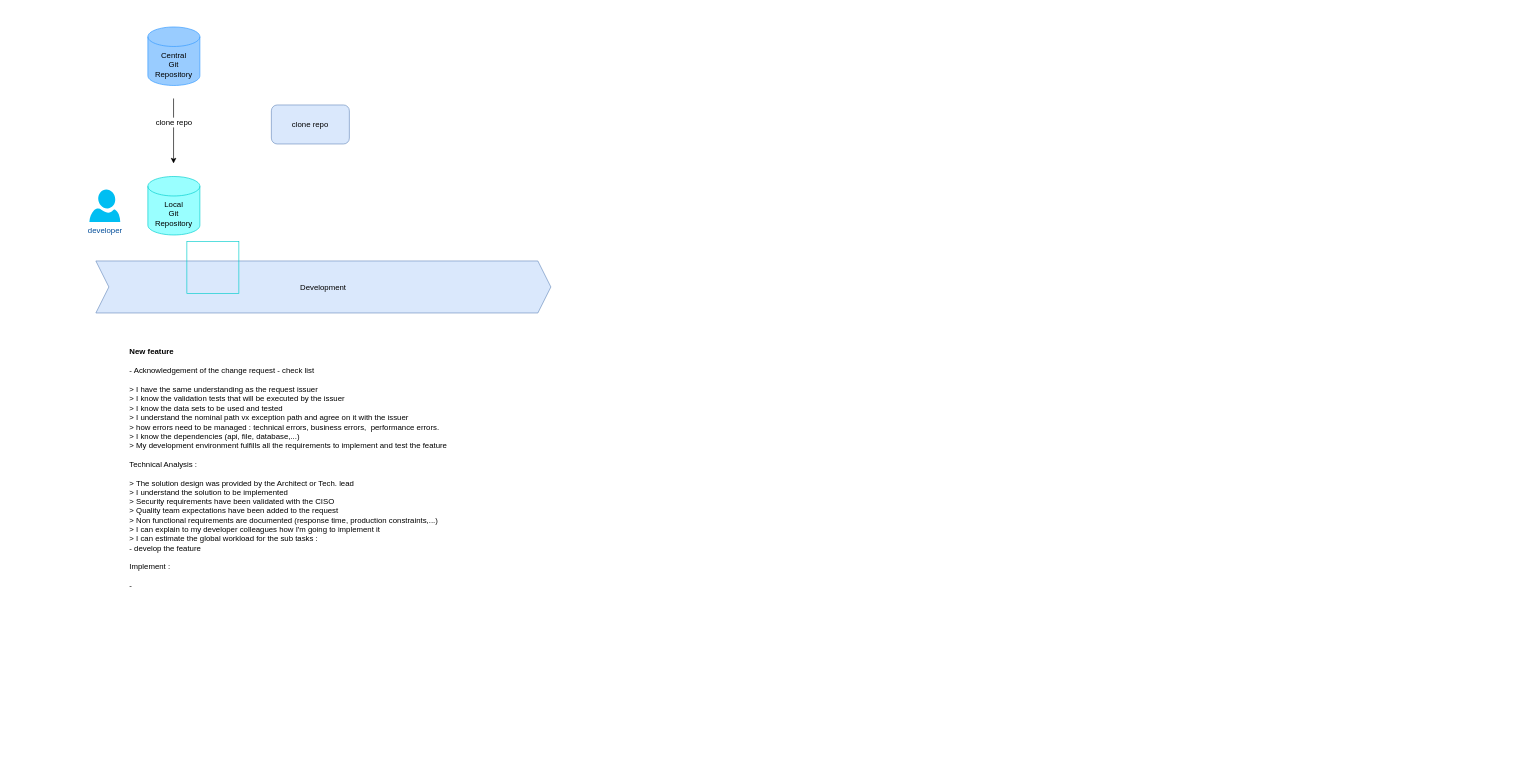
piglab/azuredevopsKT keeps this draw.io diagram as global_diagram.drawio. Above is the earlier version. Source tidied: cells renumbered, new cells numbered last; positions are measured from the earlier drawing's top-left corner, leaving out a move shared by most shapes. Both pictures are drawn from the tidied source at 65%, with x=0, y=0 at pixel (89, 27). Pictures stored in the file or linked from it are replaced by grey dashed boxes.
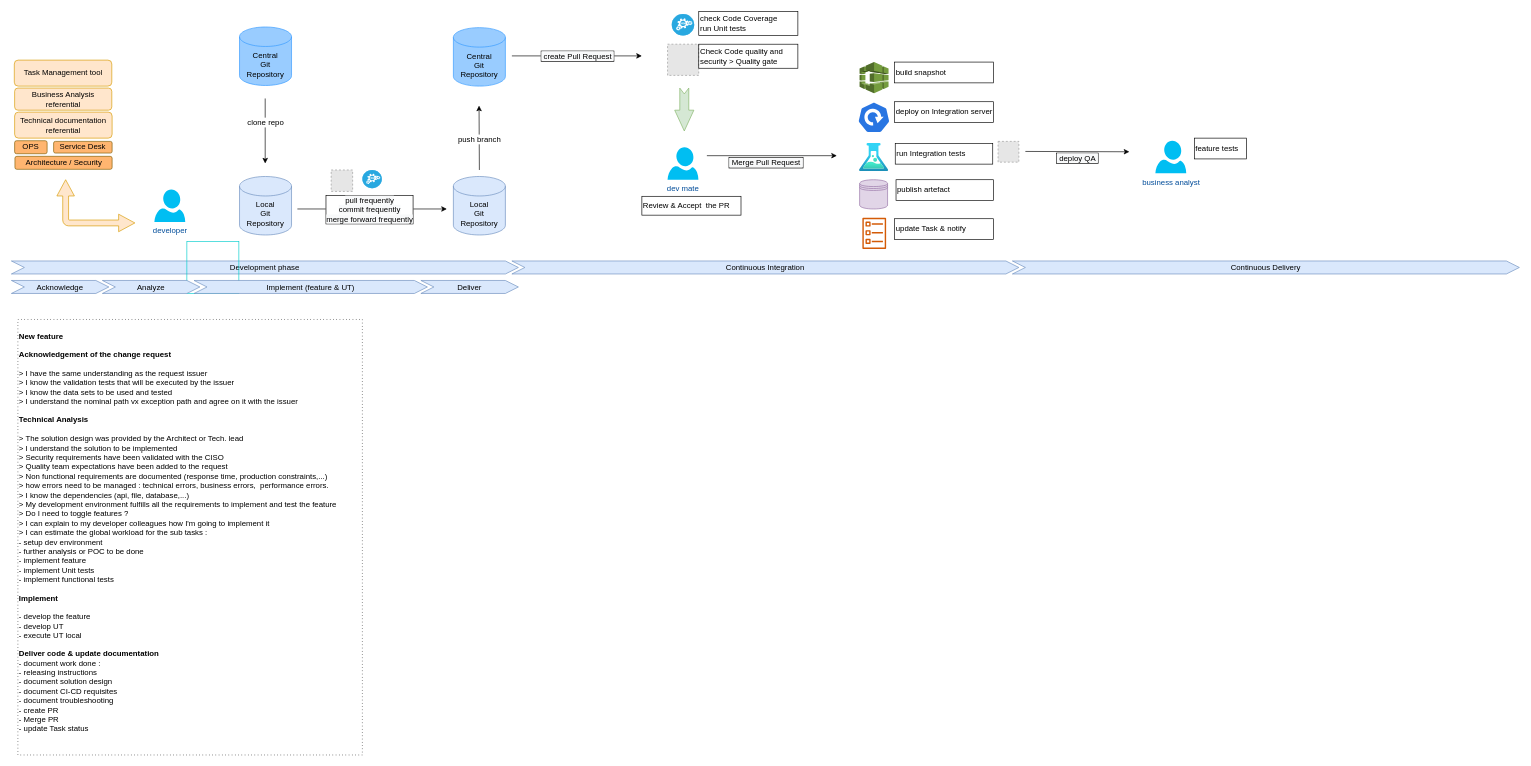
After the change.

What changed in the source:
```diff
@@
-    <mxCell id="2" value="clone repo" style="rounded=1;whiteSpace=wrap;html=1;fillColor=#dae8fc;strokeColor=#6c8ebf;" parent="1" vertex="1">
-      <mxGeometry x="280" y="120" width="120" height="60" as="geometry" />
+    <mxCell id="2" value="Task Management tool" style="rounded=1;whiteSpace=wrap;html=1;fillColor=#ffe6cc;strokeColor=#d79b00;" parent="1" vertex="1">
+      <mxGeometry x="-115.5" y="51" width="150" height="40" as="geometry" />
     </mxCell>
     <mxCell id="3" value="developer" style="verticalLabelPosition=bottom;html=1;verticalAlign=top;align=center;strokeColor=none;fillColor=#00BEF2;shape=mxgraph.azure.user;fontColor=#004C99;" parent="1" vertex="1">
-      <mxGeometry y="250" width="47.5" height="50" as="geometry" />
+      <mxGeometry x="100" y="250" width="47.5" height="50" as="geometry" />
     </mxCell>
     <mxCell id="4" value="Central&lt;br&gt;Git &lt;br&gt;Repository" style="shape=cylinder3;whiteSpace=wrap;html=1;boundedLbl=1;backgroundOutline=1;size=15;fillColor=#99CCFF;strokeColor=#3399FF;" parent="1" vertex="1">
-      <mxGeometry x="90" width="80" height="90" as="geometry" />
+      <mxGeometry x="231" width="80" height="90" as="geometry" />
     </mxCell>
-    <mxCell id="5" value="Local&lt;br&gt;Git &lt;br&gt;Repository" style="shape=cylinder3;whiteSpace=wrap;html=1;boundedLbl=1;backgroundOutline=1;size=15;fillColor=#99FFFF;strokeColor=#00CCCC;" parent="1" vertex="1">
-      <mxGeometry x="90" y="230" width="80" height="90" as="geometry" />
+    <mxCell id="5" value="Local&lt;br&gt;Git &lt;br&gt;Repository" style="shape=cylinder3;whiteSpace=wrap;html=1;boundedLbl=1;backgroundOutline=1;size=15;fillColor=#dae8fc;strokeColor=#6c8ebf;" parent="1" vertex="1">
+      <mxGeometry x="231" y="230" width="80" height="90" as="geometry" />
     </mxCell>
     <mxCell id="6" style="endArrow=classic;html=1;rounded=0;" parent="1" edge="1">
       <mxGeometry relative="1" as="geometry">
-        <mxPoint x="129.5" y="110" as="sourcePoint" />
-        <mxPoint x="129.5" y="210" as="targetPoint" />
+        <mxPoint x="270.5" y="110" as="sourcePoint" />
+        <mxPoint x="270.5" y="210" as="targetPoint" />
       </mxGeometry>
     </mxCell>
@@
-    <mxCell id="8" value="&lt;font color=&quot;#000000&quot; style=&quot;font-size: 12px&quot;&gt;Development&lt;/font&gt;" style="shape=step;perimeter=stepPerimeter;whiteSpace=wrap;html=1;fixedSize=1;fontSize=13;strokeColor=#6c8ebf;fillColor=#dae8fc;" parent="1" vertex="1">
-      <mxGeometry x="10" y="360" width="700" height="80" as="geometry" />
+    <mxCell id="8" value="&lt;font color=&quot;#000000&quot; style=&quot;font-size: 12px&quot;&gt;Development phase&lt;/font&gt;" style="shape=step;perimeter=stepPerimeter;whiteSpace=wrap;html=1;fixedSize=1;fontSize=13;strokeColor=#6c8ebf;fillColor=#dae8fc;" parent="1" vertex="1">
+      <mxGeometry x="-120" y="360" width="780" height="20" as="geometry" />
     </mxCell>
@@
-    <mxCell id="10" value="&lt;b&gt;New feature&lt;/b&gt;&lt;br&gt;&lt;br&gt;&lt;span&gt;- Acknowledgement of the change request - check list&lt;/span&gt;&lt;br&gt;&lt;span&gt; &lt;/span&gt;&lt;span&gt;&lt;br&gt;&amp;gt; I have the same understanding as the request issuer&lt;/span&gt;&lt;br&gt;&lt;span&gt; &lt;/span&gt;&lt;span&gt;&amp;gt; I know the validation tests that will be executed by the issuer&lt;/span&gt;&lt;br&gt;&lt;span&gt; &lt;/span&gt;&lt;span&gt;&amp;gt; I know the data sets to be used and tested&lt;/span&gt;&lt;br&gt;&lt;span&gt; &lt;/span&gt;&lt;span&gt;&amp;gt; I understand the nominal path vx exception path and agree on it with the issuer&lt;/span&gt;&lt;br&gt;&lt;span&gt; &lt;/span&gt;&lt;span&gt;&lt;span&gt; &lt;/span&gt;&amp;gt; how errors need to be managed : technical errors, business errors,&amp;nbsp;&lt;/span&gt;&lt;span&gt; &lt;/span&gt;&lt;span&gt; &lt;/span&gt;&lt;span&gt;performance errors.&lt;/span&gt;&lt;br&gt;&lt;span&gt; &lt;/span&gt;&lt;span&gt;&amp;gt; I know the dependencies (api, file, database,...)&lt;br&gt;&lt;/span&gt;&lt;span&gt;&amp;gt; My development environment fulfills all the requirements to implement and test the feature&lt;br&gt;&lt;br&gt;Technical Analysis :&lt;br&gt;&lt;br&gt;&lt;/span&gt;&amp;gt; The solution design was provided by the Architect or Tech. lead&lt;br&gt;&amp;gt; I understand the solution to be implemented&lt;br&gt;&amp;gt; Security requirements have been validated with the CISO&lt;br&gt;&amp;gt; Quality team expectations have been added to the request&lt;br&gt;&amp;gt; Non functional requirements are documented (response time, production constraints,...)&lt;br&gt;&amp;gt; I can explain to my developer colleagues how I'm going to implement it&lt;br&gt;&amp;gt; I can estimate the global workload for the sub tasks :&lt;br&gt;- develop the feature&lt;br&gt;&lt;span&gt;&lt;br&gt;Implement :&lt;br&gt;&lt;br&gt;-&amp;nbsp;&amp;nbsp;&lt;br&gt;&lt;/span&gt;" style="text;html=1;strokeColor=none;fillColor=none;align=left;verticalAlign=middle;whiteSpace=wrap;rounded=0;fontSize=12;fontColor=#000000;" parent="1" vertex="1">
-      <mxGeometry x="60" y="490" width="610" height="380" as="geometry" />
+    <mxCell id="10" value="&lt;b&gt;New feature&lt;/b&gt;&lt;br&gt;&lt;br&gt;&lt;b&gt;Acknowledgement of the change request&lt;/b&gt;&lt;br&gt; &lt;br&gt;&amp;gt; I have the same understanding as the request issuer&lt;br&gt; &amp;gt; I know the validation tests that will be executed by the issuer&lt;br&gt; &amp;gt; I know the data sets to be used and tested&lt;br&gt; &amp;gt; I understand the nominal path vx exception path and agree on it with the issuer&lt;br&gt;&lt;br&gt;&lt;b&gt;Technical Analysis&lt;/b&gt;&lt;br&gt;&lt;br&gt;&amp;gt; The solution design was provided by the Architect or Tech. lead&lt;br&gt;&amp;gt; I understand the solution to be implemented&lt;br&gt;&amp;gt; Security requirements have been validated with the CISO&lt;br&gt;&amp;gt; Quality team expectations have been added to the request&lt;br&gt;&amp;gt; Non functional requirements are documented (response time, production constraints,...)&lt;br&gt;&amp;gt; how errors need to be managed : technical errors, business errors,&amp;nbsp;&amp;nbsp;performance errors.&lt;br&gt;&amp;gt; I know the dependencies (api, file, database,...)&lt;br&gt;&amp;gt; My development environment fulfills all the requirements to implement and test the feature&lt;br&gt;&amp;gt; Do I need to toggle features ?&lt;br&gt;&amp;gt; I can explain to my developer colleagues how I'm going to implement it&lt;br&gt;&amp;gt; I can estimate the global workload for the sub tasks :&lt;br&gt;&lt;span&gt; &lt;/span&gt;- setup dev environment&lt;br&gt;&lt;span&gt; &lt;/span&gt;- further analysis or POC to be done&lt;br&gt;&lt;span&gt; &lt;/span&gt;- implement feature&lt;br&gt;&lt;span&gt; &lt;/span&gt;- implement Unit tests&lt;br&gt;&lt;span&gt; &lt;/span&gt;- implement functional tests&lt;br&gt;&lt;br&gt;&lt;b&gt;Implement&lt;br&gt;&lt;/b&gt;&lt;br&gt;- develop the feature&lt;br&gt;- develop UT&lt;br&gt;- execute UT local&lt;br&gt;&lt;br&gt;&lt;b&gt;Deliver code &amp;amp; update documentation&lt;/b&gt;&lt;br&gt;- document work done :&lt;br&gt;&lt;span&gt; &lt;/span&gt;- releasing instructions&lt;br&gt;&lt;span&gt; &lt;/span&gt;- document solution design&lt;br&gt;&lt;span&gt; &lt;/span&gt;- document CI-CD requisites&lt;br&gt;&lt;span&gt; &lt;/span&gt;- document troubleshooting&lt;br&gt;- create PR&lt;br&gt;- Merge PR&lt;br&gt;- update Task status&lt;br&gt;&amp;nbsp;&amp;nbsp;" style="text;html=1;strokeColor=default;fillColor=none;align=left;verticalAlign=middle;whiteSpace=wrap;rounded=0;fontSize=12;fontColor=#000000;dashed=1;dashPattern=1 4;" parent="1" vertex="1">
+      <mxGeometry x="-110" y="450" width="530" height="670" as="geometry" />
     </mxCell>
+    <mxCell id="11" value="Technical documentation referential" style="rounded=1;whiteSpace=wrap;html=1;fillColor=#ffe6cc;strokeColor=#d79b00;" parent="1" vertex="1">
+      <mxGeometry x="-115" y="131" width="150" height="40" as="geometry" />
+    </mxCell>
+    <mxCell id="12" value="OPS" style="rounded=1;whiteSpace=wrap;html=1;fillColor=#FFB570;strokeColor=#805C00;" parent="1" vertex="1">
+      <mxGeometry x="-115" y="175" width="50" height="20" as="geometry" />
+    </mxCell>
+    <mxCell id="13" value="Business Analysis&lt;br&gt;referential" style="rounded=1;whiteSpace=wrap;html=1;fillColor=#ffe6cc;strokeColor=#d79b00;" parent="1" vertex="1">
+      <mxGeometry x="-115" y="94" width="149.5" height="34" as="geometry" />
+    </mxCell>
+    <mxCell id="14" value="Architecture / Security" style="rounded=1;whiteSpace=wrap;html=1;fillColor=#FFB570;strokeColor=#805C00;" parent="1" vertex="1">
+      <mxGeometry x="-114.5" y="199" width="149.5" height="20" as="geometry" />
+    </mxCell>
+    <mxCell id="15" value="Service Desk" style="rounded=1;whiteSpace=wrap;html=1;fillColor=#FFB570;strokeColor=#805C00;" parent="1" vertex="1">
+      <mxGeometry x="-55" y="176" width="90" height="18" as="geometry" />
+    </mxCell>
+    <mxCell id="16" value="&lt;font color=&quot;#000000&quot; style=&quot;font-size: 12px&quot;&gt;Acknowledge&lt;/font&gt;" style="shape=step;perimeter=stepPerimeter;whiteSpace=wrap;html=1;fixedSize=1;fontSize=13;strokeColor=#6c8ebf;fillColor=#dae8fc;" parent="1" vertex="1">
+      <mxGeometry x="-120" y="390" width="150" height="20" as="geometry" />
+    </mxCell>
+    <mxCell id="17" style="html=1;shadow=0;dashed=0;align=center;verticalAlign=middle;shape=mxgraph.arrows2.bendDoubleArrow;dy=4.5;dx=25;arrowHead=27;rounded=1;fontSize=12;strokeColor=#d79b00;fillColor=#ffe6cc;rotation=-90;" parent="1" vertex="1">
+      <mxGeometry x="-30" y="215" width="80" height="120" as="geometry" />
+    </mxCell>
+    <mxCell id="18" value="&lt;font color=&quot;#000000&quot; style=&quot;font-size: 12px&quot;&gt;Analyze&lt;/font&gt;" style="shape=step;perimeter=stepPerimeter;whiteSpace=wrap;html=1;fixedSize=1;fontSize=13;strokeColor=#6c8ebf;fillColor=#dae8fc;" parent="1" vertex="1">
+      <mxGeometry x="20" y="390" width="150" height="20" as="geometry" />
+    </mxCell>
+    <mxCell id="19" value="&lt;span style=&quot;font-size: 12px&quot;&gt;Implement (feature &amp;amp; UT)&lt;/span&gt;" style="shape=step;perimeter=stepPerimeter;whiteSpace=wrap;html=1;fixedSize=1;fontSize=13;strokeColor=#6c8ebf;fillColor=#dae8fc;" parent="1" vertex="1">
+      <mxGeometry x="161" y="390" width="359" height="20" as="geometry" />
+    </mxCell>
+    <mxCell id="20" value="&lt;font color=&quot;#000000&quot; style=&quot;font-size: 12px&quot;&gt;Deliver&lt;/font&gt;" style="shape=step;perimeter=stepPerimeter;whiteSpace=wrap;html=1;fixedSize=1;fontSize=13;strokeColor=#6c8ebf;fillColor=#dae8fc;" parent="1" vertex="1">
+      <mxGeometry x="510" y="390" width="150" height="20" as="geometry" />
+    </mxCell>
+    <mxCell id="21" value="Local&lt;br&gt;Git &lt;br&gt;Repository" style="shape=cylinder3;whiteSpace=wrap;html=1;boundedLbl=1;backgroundOutline=1;size=15;fillColor=#dae8fc;strokeColor=#6c8ebf;" parent="1" vertex="1">
+      <mxGeometry x="560" y="230" width="80" height="90" as="geometry" />
+    </mxCell>
+    <mxCell id="22" value="Review &amp;amp; Accept&amp;nbsp; the PR" style="text;html=1;strokeColor=default;fillColor=none;align=left;verticalAlign=middle;whiteSpace=wrap;rounded=0;fontSize=12;fontColor=#000000;" parent="1" vertex="1">
+      <mxGeometry x="850" y="260.5" width="152.5" height="29" as="geometry" />
+    </mxCell>
+    <mxCell id="23" style="endArrow=classic;html=1;rounded=0;" parent="1" edge="1">
+      <mxGeometry relative="1" as="geometry">
+        <mxPoint x="320" y="280" as="sourcePoint" />
+        <mxPoint x="550" y="280" as="targetPoint" />
+      </mxGeometry>
+    </mxCell>
+    <mxCell id="24" value="&lt;span style=&quot;text-align: left ; background-color: rgb(248 , 249 , 250)&quot;&gt;pull frequently&lt;/span&gt;&lt;br style=&quot;text-align: left ; background-color: rgb(248 , 249 , 250)&quot;&gt;&lt;span style=&quot;text-align: left ; background-color: rgb(248 , 249 , 250)&quot;&gt;commit frequently&lt;/span&gt;&lt;br style=&quot;text-align: left ; background-color: rgb(248 , 249 , 250)&quot;&gt;&lt;span style=&quot;text-align: left ; background-color: rgb(248 , 249 , 250)&quot;&gt;merge forward frequently&lt;/span&gt;" style="edgeLabel;html=1;align=center;verticalAlign=middle;fontSize=12;labelBorderColor=default;" parent="23" vertex="1">
+      <mxGeometry x="-0.28" relative="1" as="geometry">
+        <mxPoint x="27" as="offset" />
+      </mxGeometry>
+    </mxCell>
+    <mxCell id="25" style="endArrow=classic;html=1;rounded=0;" parent="1" edge="1">
+      <mxGeometry relative="1" as="geometry">
+        <mxPoint x="600" y="220" as="sourcePoint" />
+        <mxPoint x="599.5" y="121" as="targetPoint" />
+      </mxGeometry>
+    </mxCell>
+    <mxCell id="26" value="push branch" style="edgeLabel;html=1;align=center;verticalAlign=middle;fontSize=12;" parent="25" vertex="1">
+      <mxGeometry x="-0.28" relative="1" as="geometry">
+        <mxPoint y="-12" as="offset" />
+      </mxGeometry>
+    </mxCell>
+    <mxCell id="27" value="Central&lt;br&gt;Git &lt;br&gt;Repository" style="shape=cylinder3;whiteSpace=wrap;html=1;boundedLbl=1;backgroundOutline=1;size=15;fillColor=#99CCFF;strokeColor=#3399FF;" parent="1" vertex="1">
+      <mxGeometry x="560" y="1" width="80" height="90" as="geometry" />
+    </mxCell>
+    <mxCell id="28" style="endArrow=classic;html=1;rounded=0;" parent="1" edge="1">
+      <mxGeometry relative="1" as="geometry">
+        <mxPoint x="650" y="44.5" as="sourcePoint" />
+        <mxPoint x="850" y="44.5" as="targetPoint" />
+      </mxGeometry>
+    </mxCell>
+    <mxCell id="29" value="&lt;div style=&quot;text-align: left&quot;&gt;&lt;span style=&quot;background-color: rgb(248 , 249 , 250)&quot;&gt;&amp;nbsp;create Pull Request&amp;nbsp;&lt;/span&gt;&lt;/div&gt;" style="edgeLabel;html=1;align=center;verticalAlign=middle;fontSize=12;labelBorderColor=default;" parent="28" vertex="1">
+      <mxGeometry x="-0.28" relative="1" as="geometry">
+        <mxPoint x="28" as="offset" />
+      </mxGeometry>
+    </mxCell>
+    <mxCell id="30" value="dev mate" style="verticalLabelPosition=bottom;html=1;verticalAlign=top;align=center;strokeColor=none;fillColor=#00BEF2;shape=mxgraph.azure.user;fontColor=#004C99;" parent="1" vertex="1">
+      <mxGeometry x="889.5" y="185" width="47.5" height="50" as="geometry" />
+    </mxCell>
+    <mxCell id="31" style="fillColor=#E6E6E6;strokeColor=#999999;dashed=1;html=1;verticalAlign=top;verticalLabelPosition=bottom;labelBackgroundColor=#ffffff;fontSize=12;fontColor=#000000;" parent="1" vertex="1">
+      <mxGeometry x="889.5" y="26.5" width="48" height="48" as="geometry" />
+    </mxCell>
+    <mxCell id="32" value="Check Code quality and security &amp;gt; Quality gate" style="text;html=1;strokeColor=default;fillColor=none;align=left;verticalAlign=middle;whiteSpace=wrap;rounded=0;fontSize=12;fontColor=#000000;" parent="1" vertex="1">
+      <mxGeometry x="937.5" y="26.5" width="152.5" height="37" as="geometry" />
+    </mxCell>
+    <mxCell id="33" style="fillColor=#28A8E0;verticalLabelPosition=bottom;sketch=0;html=1;strokeColor=#ffffff;verticalAlign=top;align=center;shape=mxgraph.cisco_safe.compositeIcon;bgIcon=ellipse;resIcon=mxgraph.cisco_safe.capability.analysis_correlation;labelBorderColor=default;fontSize=12;fontColor=#000000;" parent="1" vertex="1">
+      <mxGeometry x="896" y="-20" width="34.5" height="33" as="geometry" />
+    </mxCell>
+    <mxCell id="34" value="check Code Coverage&lt;br&gt;run Unit tests" style="text;html=1;strokeColor=default;fillColor=none;align=left;verticalAlign=middle;whiteSpace=wrap;rounded=0;fontSize=12;fontColor=#000000;" parent="1" vertex="1">
+      <mxGeometry x="937.5" y="-24" width="152.5" height="37" as="geometry" />
+    </mxCell>
+    <mxCell id="35" value="update Task &amp;amp; notify" style="text;html=1;strokeColor=default;fillColor=none;align=left;verticalAlign=middle;whiteSpace=wrap;rounded=0;fontSize=12;fontColor=#000000;" parent="1" vertex="1">
+      <mxGeometry x="1238.5" y="295" width="152.5" height="32" as="geometry" />
+    </mxCell>
+    <mxCell id="36" style="sketch=0;fontColor=#232F3E;gradientColor=none;fillColor=#D45B07;strokeColor=none;dashed=0;verticalLabelPosition=bottom;verticalAlign=top;align=center;html=1;fontSize=12;fontStyle=0;shape=mxgraph.aws4.ecs_task;labelBorderColor=default;" parent="1" vertex="1">
+      <mxGeometry x="1189" y="293.5" width="37" height="48" as="geometry" />
+    </mxCell>
+    <mxCell id="37" style="fillColor=#E6E6E6;strokeColor=#999999;dashed=1;html=1;verticalAlign=top;verticalLabelPosition=bottom;labelBackgroundColor=#ffffff;fontSize=12;fontColor=#000000;" parent="1" vertex="1">
+      <mxGeometry x="372" y="220" width="33" height="33" as="geometry" />
+    </mxCell>
+    <mxCell id="38" style="fillColor=#28A8E0;verticalLabelPosition=bottom;sketch=0;html=1;strokeColor=#ffffff;verticalAlign=top;align=center;shape=mxgraph.cisco_safe.compositeIcon;bgIcon=ellipse;resIcon=mxgraph.cisco_safe.capability.analysis_correlation;labelBorderColor=default;fontSize=12;fontColor=#000000;" parent="1" vertex="1">
+      <mxGeometry x="420" y="220" width="30" height="28" as="geometry" />
+    </mxCell>
+    <mxCell id="39" value="&lt;font color=&quot;#000000&quot; style=&quot;font-size: 12px&quot;&gt;Continuous Integration&lt;/font&gt;" style="shape=step;perimeter=stepPerimeter;whiteSpace=wrap;html=1;fixedSize=1;fontSize=13;strokeColor=#6c8ebf;fillColor=#dae8fc;" parent="1" vertex="1">
+      <mxGeometry x="650" y="360" width="780" height="20" as="geometry" />
+    </mxCell>
+    <mxCell id="40" style="endArrow=classic;html=1;rounded=0;" parent="1" edge="1">
+      <mxGeometry relative="1" as="geometry">
+        <mxPoint x="950" y="198" as="sourcePoint" />
+        <mxPoint x="1150" y="198" as="targetPoint" />
+      </mxGeometry>
+    </mxCell>
+    <mxCell id="41" value="&lt;div style=&quot;text-align: left&quot;&gt;&lt;span style=&quot;background-color: rgb(248 , 249 , 250)&quot;&gt;&amp;nbsp;Merge Pull Request&amp;nbsp;&lt;/span&gt;&lt;/div&gt;" style="edgeLabel;html=1;align=center;verticalAlign=middle;fontSize=12;labelBorderColor=default;" parent="40" vertex="1">
+      <mxGeometry x="-0.28" relative="1" as="geometry">
+        <mxPoint x="18" y="10" as="offset" />
+      </mxGeometry>
+    </mxCell>
+    <mxCell id="42" style="html=1;shadow=0;dashed=0;align=center;verticalAlign=middle;shape=mxgraph.arrows2.arrow;dy=0.53;dx=32;direction=south;notch=9;labelBorderColor=default;fontSize=12;strokeColor=#82b366;fillColor=#d5e8d4;" parent="1" vertex="1">
+      <mxGeometry x="900.5" y="94" width="29.5" height="66" as="geometry" />
+    </mxCell>
+    <mxCell id="43" style="sketch=0;html=1;dashed=0;whitespace=wrap;fillColor=#2875E2;strokeColor=#ffffff;shape=mxgraph.kubernetes.icon;prIcon=deploy;labelBorderColor=default;fontSize=12;fontColor=#000000;" parent="1" vertex="1">
+      <mxGeometry x="1182" y="115" width="50" height="48" as="geometry" />
+    </mxCell>
+    <mxCell id="44" value="deploy on Integration server" style="text;html=1;strokeColor=default;fillColor=none;align=left;verticalAlign=middle;whiteSpace=wrap;rounded=0;fontSize=12;fontColor=#000000;" parent="1" vertex="1">
+      <mxGeometry x="1238.5" y="115" width="152.5" height="32" as="geometry" />
+    </mxCell>
+    <mxCell id="45" style="html=1;align=center;image;fontSize=12;image=img/lib/azure2/general/Load_Test.svg;labelBorderColor=default;fontColor=#000000;strokeColor=default;fillColor=#FFB570;" parent="1" vertex="1">
+      <mxGeometry x="1184.6" y="179" width="44.7" height="43.4" as="geometry" />
+    </mxCell>
+    <mxCell id="46" value="run Integration tests" style="text;html=1;strokeColor=default;fillColor=none;align=left;verticalAlign=middle;whiteSpace=wrap;rounded=0;fontSize=12;fontColor=#000000;" parent="1" vertex="1">
+      <mxGeometry x="1239.8" y="179" width="150" height="32" as="geometry" />
+    </mxCell>
+    <mxCell id="47" style="dashed=0;verticalLabelPosition=bottom;verticalAlign=top;align=center;html=1;shape=mxgraph.aws3.codebuild;fillColor=#759C3E;gradientColor=none;labelBorderColor=default;fontSize=12;fontColor=#000000;strokeColor=default;" parent="1" vertex="1">
+      <mxGeometry x="1185" y="54" width="44.5" height="48" as="geometry" />
+    </mxCell>
+    <mxCell id="48" value="build snapshot" style="text;html=1;strokeColor=default;fillColor=none;align=left;verticalAlign=middle;whiteSpace=wrap;rounded=0;fontSize=12;fontColor=#000000;" parent="1" vertex="1">
+      <mxGeometry x="1238.5" y="54" width="152.5" height="32" as="geometry" />
+    </mxCell>
+    <mxCell id="49" style="shape=datastore;whiteSpace=wrap;html=1;labelBorderColor=default;fontSize=12;strokeColor=#9673a6;fillColor=#e1d5e7;" parent="1" vertex="1">
+      <mxGeometry x="1185" y="235" width="43" height="45" as="geometry" />
+    </mxCell>
+    <mxCell id="50" value="publish artefact" style="text;html=1;strokeColor=default;fillColor=none;align=left;verticalAlign=middle;whiteSpace=wrap;rounded=0;fontSize=12;fontColor=#000000;" parent="1" vertex="1">
+      <mxGeometry x="1241" y="235" width="150" height="32" as="geometry" />
+    </mxCell>
+    <mxCell id="51" value="&lt;font color=&quot;#000000&quot; style=&quot;font-size: 12px&quot;&gt;Continuous Delivery&lt;/font&gt;" style="shape=step;perimeter=stepPerimeter;whiteSpace=wrap;html=1;fixedSize=1;fontSize=13;strokeColor=#6c8ebf;fillColor=#dae8fc;" parent="1" vertex="1">
+      <mxGeometry x="1420" y="360" width="780" height="20" as="geometry" />
+    </mxCell>
+    <mxCell id="52" style="endArrow=classic;html=1;rounded=0;" parent="1" edge="1">
+      <mxGeometry relative="1" as="geometry">
+        <mxPoint x="1440" y="191.5" as="sourcePoint" />
+        <mxPoint x="1600" y="192" as="targetPoint" />
+      </mxGeometry>
+    </mxCell>
+    <mxCell id="53" value="&lt;div style=&quot;text-align: left&quot;&gt;&lt;span style=&quot;background-color: rgb(248 , 249 , 250)&quot;&gt;&amp;nbsp;deploy QA&amp;nbsp;&lt;/span&gt;&lt;/div&gt;" style="edgeLabel;html=1;align=center;verticalAlign=middle;fontSize=12;labelBorderColor=default;" parent="52" vertex="1">
+      <mxGeometry x="-0.28" relative="1" as="geometry">
+        <mxPoint x="22" y="10" as="offset" />
+      </mxGeometry>
+    </mxCell>
+    <mxCell id="54" style="fillColor=#E6E6E6;strokeColor=#999999;dashed=1;html=1;verticalAlign=top;verticalLabelPosition=bottom;labelBackgroundColor=#ffffff;fontSize=12;fontColor=#000000;" parent="1" vertex="1">
+      <mxGeometry x="1398" y="176" width="32" height="32" as="geometry" />
+    </mxCell>
+    <mxCell id="55" value="business analyst" style="verticalLabelPosition=bottom;html=1;verticalAlign=top;align=center;strokeColor=none;fillColor=#00BEF2;shape=mxgraph.azure.user;fontColor=#004C99;" parent="1" vertex="1">
+      <mxGeometry x="1640" y="175" width="47.5" height="50" as="geometry" />
+    </mxCell>
+    <mxCell id="56" value="feature tests" style="text;html=1;strokeColor=default;fillColor=none;align=left;verticalAlign=middle;whiteSpace=wrap;rounded=0;fontSize=12;fontColor=#000000;" parent="1" vertex="1">
+      <mxGeometry x="1700" y="171" width="80" height="32" as="geometry" />
+    </mxCell>
```
